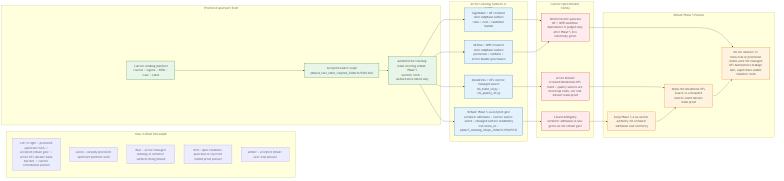
Above: docs/design/platform/dev_full/graph/readiness/dev_full_learning_mlops_readiness_delta_current_v0.mermaid.png in EsosaOrumwese/fraud-detection-system (Mermaid), before the change. Its source is kept beside it as docs/design/platform/dev_full/graph/readiness/dev_full_learning_mlops_readiness_delta_current_v0.mermaid.mmd.
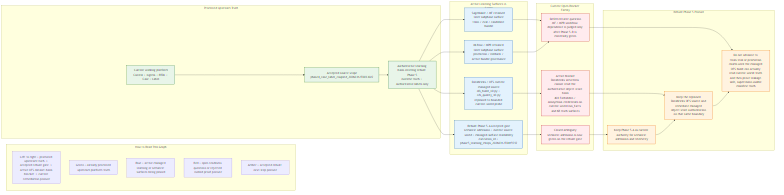
Later version of the same file.

Commit message:
Rebuild Phase5B OFS proof boundary

What changed in the source:
```diff
@@ -21,21 +21,21 @@
 
   subgraph SURFACES["Active Learning Surfaces In Scope"]
     S1["Rebuilt Phase 5.A accepted gate<br>semantic admission + current source world + managed-surface readability<br>execution_id = phase5_learning_mlops_20260312T041559Z"]
-    S2["Databricks / OFS current managed source<br>ofs_build_v0.py + ofs_quality_v0.py"]
+    S2["Databricks / OFS current managed source<br>ofs_build_v0.py + ofs_quality_v0.py<br>repinned to bounded current-world probe"]
     S3["SageMaker / MF retained later subphase surface<br>train / eval / candidate bundle"]
     S4["MLflow / MPR retained later subphase surface<br>promotion / rollback / active bundle governance"]
   end
 
   subgraph BLOCKERS["Current Open Blocker Family"]
     B1["Closed ambiguity<br>semantic admission is now green on the rebuilt gate"]
-    B2["Active blocker<br>retained Databricks OFS build / quality sources are bootstrap stubs, not real dataset-basis proof"]
+    B2["Active blocker<br>Databricks serverless cannot read the authoritative object-store basis<br>403 Forbidden / anonymous credentials on current-world run_facts and 6B truth surfaces"]
     B3["Deferred later question<br>MF / MPR workflow dependence is judged only after Phase 5.B is materially green"]
   end
 
   subgraph POSTURE["Rebuilt Phase 5 Posture"]
     P1["Keep Phase 5.A as current authority for semantic admission and telemetry"]
-    P2["Repin the Databricks OFS source to a bounded current-world dataset-basis proof"]
-    P3["Do not advance to train/eval or promotion claims until the managed OFS build proves leakage-safe, supervision-usable manifest truth"]
+    P2["Keep the repinned Databricks OFS source and remediate managed object-store authorization on that same boundary"]
+    P3["Do not advance to train/eval or promotion claims until the managed OFS build can actually read current-world truth and then prove leakage-safe, supervision-usable manifest truth"]
   end
 
   U1 --> U2
```
